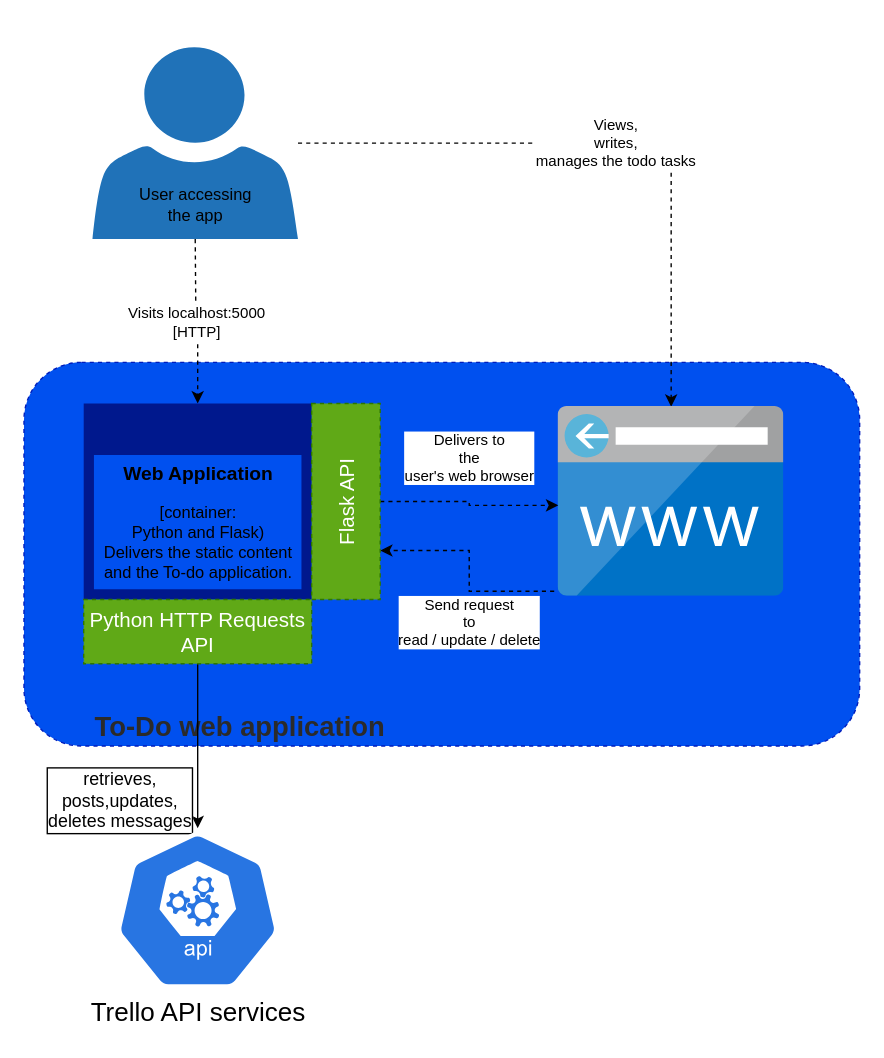
Before: page "Page-2 - Container" (2 of 3) of documentation/Todos-Context.drawio in CorndelWithSoftwire/DevOps-Course-Starter, a draw.io diagram. Source tidied: cells renumbered, new cells numbered last; positions are measured from the earlier drawing's top-left corner, leaving out a move shared by most shapes. Both pictures are drawn from the tidied source at 137%, with x=0, y=0 at pixel (23, 47).
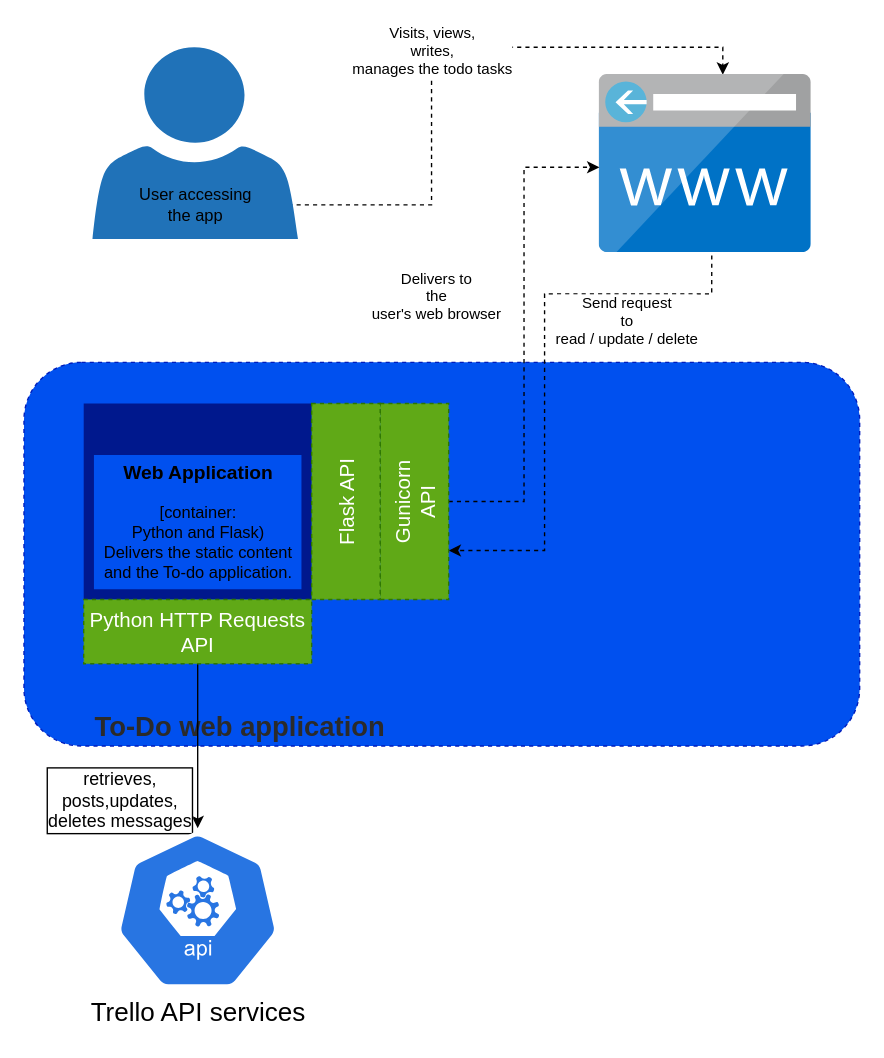
After the change.

What changed in the source:
```diff
@@
 <mxGraphModel>
   <root>
     <mxCell id="0" />
     <mxCell id="1" parent="0" />
     <mxCell id="2" value="&lt;div style=&quot;font-size: 20px;&quot;&gt;To-Do web application&lt;br style=&quot;font-size: 20px;&quot;&gt;&lt;/div&gt;" style="rounded=1;whiteSpace=wrap;html=1;fillColor=#0050ef;dashed=1;glass=0;shadow=0;sketch=0;align=left;verticalAlign=bottom;spacingLeft=50;strokeColor=#001DBC;fontStyle=1;fontSize=20;labelBackgroundColor=none;labelBorderColor=none;fontColor=#2B2B2B;" parent="1" vertex="1">
       <mxGeometry y="230" width="610" height="280" as="geometry" />
     </mxCell>
-    <mxCell id="3" value="&lt;div&gt;Views,&lt;/div&gt;&lt;div&gt;writes,&lt;/div&gt;&lt;div&gt;manages the todo tasks&lt;br&gt;&lt;/div&gt;" style="edgeStyle=orthogonalEdgeStyle;rounded=0;jettySize=auto;html=1;dashed=1;" parent="1" edge="1" source="4" target="11">
+    <mxCell id="3" value="&lt;div&gt;Visits, views,&lt;/div&gt;&lt;div&gt;writes,&lt;/div&gt;&lt;div&gt;manages the todo tasks&lt;br&gt;&lt;/div&gt;" style="edgeStyle=orthogonalEdgeStyle;rounded=0;jettySize=auto;html=1;dashed=1;entryX=0.582;entryY=0;entryDx=0;entryDy=0;entryPerimeter=0;" parent="1" edge="1" source="6" target="11">
       <mxGeometry relative="1" as="geometry" />
     </mxCell>
     <mxCell id="4" style="shadow=0;dashed=0;html=1;strokeColor=none;labelPosition=center;verticalLabelPosition=bottom;verticalAlign=top;outlineConnect=0;align=center;shape=mxgraph.office.users.user;fillColor=#2072B8;" parent="1" vertex="1">
       <mxGeometry x="50" width="150" height="140" as="geometry" />
     </mxCell>
-    <mxCell id="5" value="&lt;div&gt;Visits localhost:5000&lt;/div&gt;&lt;div&gt;[HTTP]&lt;br&gt;&lt;/div&gt;" style="edgeStyle=orthogonalEdgeStyle;rounded=0;jettySize=auto;html=1;dashed=1;" parent="1" edge="1" target="13">
-      <mxGeometry relative="1" as="geometry">
-        <mxPoint x="125" y="140" as="sourcePoint" />
-      </mxGeometry>
-    </mxCell>
     <mxCell id="6" value="&lt;div&gt;User accessing&lt;/div&gt;&lt;div&gt; the app&lt;/div&gt;" style="text;html=1;align=center;verticalAlign=middle;points=[];rounded=1;arcSize=50;" parent="1" vertex="1">
       <mxGeometry x="75" y="100" width="100" height="30" as="geometry" />
     </mxCell>
     <mxCell id="7" value="&lt;div style=&quot;font-size: 13px&quot;&gt;retrieves,&lt;/div&gt;&lt;div style=&quot;font-size: 13px&quot;&gt;posts,updates,&lt;/div&gt;&lt;div style=&quot;font-size: 13px&quot;&gt;deletes messages&lt;/div&gt;" style="rounded=1;jettySize=auto;html=1;entryX=0.5;entryY=0;entryDx=0;entryDy=0;entryPerimeter=0;fontFamily=Helvetica;fontSize=13;exitX=0.5;exitY=1;exitDx=0;exitDy=0;jumpStyle=none;sketch=0;shadow=0;horizontal=1;labelBorderColor=#000000;" parent="1" edge="1" source="15" target="8">
       <mxGeometry x="0.67" y="-57" relative="1" as="geometry" />
     </mxCell>
     <mxCell id="8" style="html=1;dashed=0;whitespace=wrap;fillColor=#2875E2;strokeColor=#ffffff;points=[[0.005,0.63,0],[0.1,0.2,0],[0.9,0.2,0],[0.5,0,0],[0.995,0.63,0],[0.72,0.99,0],[0.5,1,0],[0.28,0.99,0]];shape=mxgraph.kubernetes.icon;prIcon=api;rounded=1;shadow=0;glass=0;sketch=0;fontFamily=Helvetica;fontSize=19;" parent="1" vertex="1">
       <mxGeometry x="67.3" y="570" width="119" height="120" as="geometry" />
     </mxCell>
     <mxCell id="9" value="&lt;div&gt;Trello API services&lt;/div&gt;" style="text;html=1;align=center;verticalAlign=middle;fontSize=19;fontFamily=Helvetica;fontColor=#000000;" parent="1" vertex="1">
       <mxGeometry x="41.8" y="690" width="170" height="30" as="geometry" />
     </mxCell>
-    <mxCell id="10" value="&lt;div&gt;Send request &lt;br&gt;&lt;/div&gt;&lt;div&gt;to &lt;br&gt;&lt;/div&gt;&lt;div&gt;read / update / delete&lt;/div&gt;" style="edgeStyle=orthogonalEdgeStyle;rounded=0;jettySize=auto;html=1;entryX=1;entryY=0.75;entryDx=0;entryDy=0;dashed=1;exitX=-0.018;exitY=0.973;exitDx=0;exitDy=0;exitPerimeter=0;" parent="1" edge="1" source="11" target="14">
-      <mxGeometry x="-0.21" y="23" relative="1" as="geometry">
-        <mxPoint x="23" y="23" as="offset" />
+    <mxCell id="10" value="&lt;div&gt;Send request &lt;br&gt;&lt;/div&gt;&lt;div&gt;to &lt;br&gt;&lt;/div&gt;&lt;div&gt;read / update / delete&lt;/div&gt;" style="edgeStyle=orthogonalEdgeStyle;rounded=0;jettySize=auto;html=1;entryX=1;entryY=0.75;entryDx=0;entryDy=0;dashed=1;exitX=0.53;exitY=1.015;exitDx=0;exitDy=0;exitPerimeter=0;" parent="1" edge="1" source="11" target="14">
+      <mxGeometry x="-0.56" y="20" relative="1" as="geometry">
+        <Array as="points">
+          <mxPoint x="502" y="180" />
+          <mxPoint x="380" y="180" />
+          <mxPoint x="380" y="367" />
+        </Array>
       </mxGeometry>
     </mxCell>
     <mxCell id="11" style="html=1;points=[];align=center;image;fontSize=12;image=img/lib/mscae/CustomDomain.svg;" parent="1" vertex="1">
-      <mxGeometry x="390" y="262.4" width="164.8" height="138.4" as="geometry" />
+      <mxGeometry x="420" y="20" width="154.8" height="130" as="geometry" />
     </mxCell>
     <mxCell id="12" value="&lt;div&gt;Delivers to &lt;br&gt;&lt;/div&gt;&lt;div&gt;the &lt;br&gt;&lt;/div&gt;&lt;div&gt;user's web browser&lt;/div&gt;" style="edgeStyle=orthogonalEdgeStyle;rounded=0;jettySize=auto;html=1;exitX=1;exitY=0.5;exitDx=0;exitDy=0;exitPerimeter=0;entryX=0;entryY=0.52;entryDx=0;entryDy=0;entryPerimeter=0;dashed=1;" parent="1" edge="1" source="14" target="11">
       <mxGeometry x="-0.02" y="32" relative="1" as="geometry">
         <mxPoint x="-32" y="-32" as="offset" />
       </mxGeometry>
     </mxCell>
     <mxCell id="13" value="&lt;div&gt;&lt;br&gt;&lt;/div&gt;&lt;div&gt;&lt;h3&gt;Web Application&lt;/h3&gt;&lt;/div&gt;&lt;div&gt;[container: &lt;br&gt;&lt;/div&gt;&lt;div&gt;Python and Flask) &lt;br&gt;&lt;/div&gt;&lt;div&gt;Delivers the static content &lt;br&gt;&lt;/div&gt;&lt;div&gt;and the To-do application.&lt;br&gt;&lt;/div&gt;" style="shadow=0;dashed=0;html=1;strokeColor=none;labelPosition=center;verticalLabelPosition=middle;verticalAlign=middle;align=center;fillColor=#00188D;shape=mxgraph.mscae.enterprise.application_blank;" parent="1" vertex="1">
       <mxGeometry x="43.6" y="260" width="166.4" height="143.1" as="geometry" />
     </mxCell>
-    <mxCell id="14" value="Flask API" style="rounded=0;whiteSpace=wrap;html=1;shadow=0;glass=0;dashed=1;labelBackgroundColor=none;sketch=0;fillColor=#60a917;fontSize=15;align=center;fontColor=#ffffff;horizontal=0;strokeColor=#2D7600;" parent="1" vertex="1">
-      <mxGeometry x="210" y="260" width="50" height="143.1" as="geometry" />
+    <mxCell id="14" value="Gunicorn &lt;br&gt;API" style="rounded=0;whiteSpace=wrap;html=1;shadow=0;glass=0;dashed=1;labelBackgroundColor=none;sketch=0;fillColor=#60a917;fontSize=15;align=center;fontColor=#ffffff;horizontal=0;strokeColor=#2D7600;" parent="1" vertex="1">
+      <mxGeometry x="260" y="260" width="50" height="143.1" as="geometry" />
     </mxCell>
     <mxCell id="15" value="Python HTTP Requests API" style="rounded=0;whiteSpace=wrap;html=1;shadow=0;glass=0;dashed=1;labelBackgroundColor=none;sketch=0;fillColor=#60a917;fontSize=15;fontColor=#ffffff;align=center;strokeColor=#2D7600;" parent="1" vertex="1">
       <mxGeometry x="43.6" y="403.1" width="166.4" height="46.9" as="geometry" />
     </mxCell>
+    <mxCell id="16" value="Flask API" style="rounded=0;whiteSpace=wrap;html=1;shadow=0;glass=0;dashed=1;labelBackgroundColor=none;sketch=0;fillColor=#60a917;fontSize=15;align=center;fontColor=#ffffff;horizontal=0;strokeColor=#2D7600;" parent="1" vertex="1">
+      <mxGeometry x="210" y="260" width="50" height="143.1" as="geometry" />
+    </mxCell>
   </root>
 </mxGraphModel>
```
